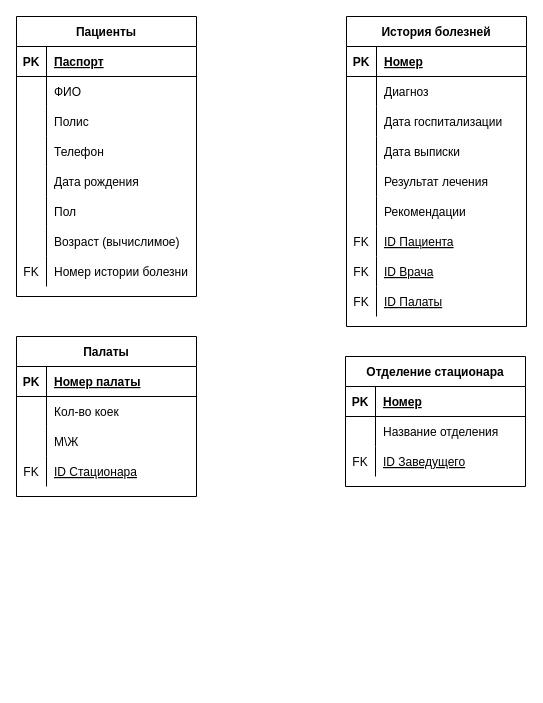
The draw.io diagram Реляционная модель.drawio in den-a-s/drawio-diagrams, before the edit. Source tidied: cells renumbered, new cells numbered last; positions are measured from the earlier drawing's top-left corner, leaving out a move shared by most shapes. Both pictures are drawn from the tidied source at 100%, with x=0, y=0 at pixel (16, 16).
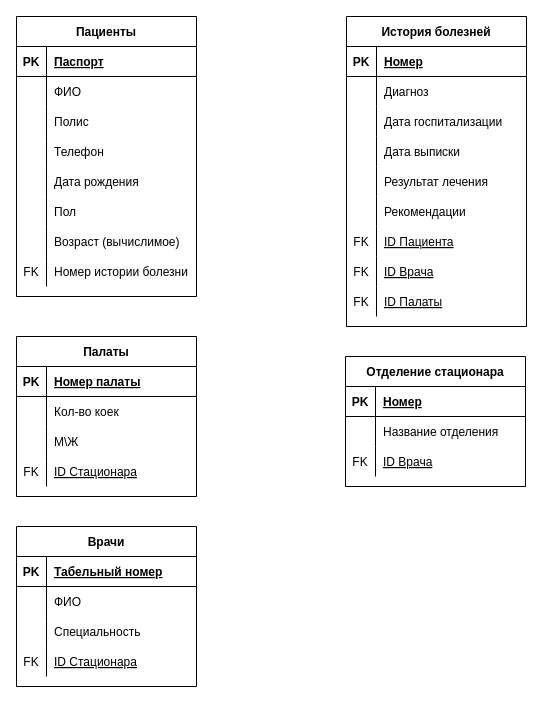
The same page after the edit.

Commit message:
Добавление таблицы Врачи, изменение id-шников.

The change refers to these unchanged cells:
```xml
<mxCell id="75" style="shape=tableRow;horizontal=0;startSize=0;swimlaneHead=0;swimlaneBody=0;fillColor=none;top=0;left=0;right=0;bottom=0;" parent="68" vertex="1">
  <mxGeometry y="90" width="180" height="30" as="geometry" />
</mxCell>
```

What changed in the source:
```diff
@@
-    <mxCell id="77" value="ID Заведущего" style="shape=partialRectangle;fillColor=none;top=0;left=0;bottom=0;right=0;align=left;spacingLeft=6;fontStyle=4;overflow=hidden;" parent="75" vertex="1">
+    <mxCell id="77" value="ID Врача" style="shape=partialRectangle;fillColor=none;top=0;left=0;bottom=0;right=0;align=left;spacingLeft=6;fontStyle=4;overflow=hidden;" parent="75" vertex="1">
       <mxGeometry x="30" width="150" height="30" as="geometry" />
     </mxCell>
+    <mxCell id="78" value="Врачи" style="shape=table;startSize=30;childLayout=tableLayout;rowLines=0;fontStyle=1;align=center;" parent="1" vertex="1">
+      <mxGeometry y="510" width="180" height="160" as="geometry" />
+    </mxCell>
+    <mxCell id="79" style="shape=tableRow;horizontal=0;startSize=0;swimlaneHead=0;swimlaneBody=0;fillColor=none;top=0;left=0;right=0;bottom=1;" parent="78" vertex="1">
+      <mxGeometry y="30" width="180" height="30" as="geometry" />
+    </mxCell>
+    <mxCell id="80" value="PK" style="shape=partialRectangle;fillColor=none;top=0;left=0;bottom=0;right=0;fontStyle=1;overflow=hidden;" parent="79" vertex="1">
+      <mxGeometry width="30" height="30" as="geometry" />
+    </mxCell>
+    <mxCell id="81" value="Табельный номер" style="shape=partialRectangle;fillColor=none;top=0;left=0;bottom=0;right=0;align=left;spacingLeft=6;fontStyle=5;overflow=hidden;" parent="79" vertex="1">
+      <mxGeometry x="30" width="150" height="30" as="geometry" />
+    </mxCell>
+    <mxCell id="82" style="shape=tableRow;horizontal=0;startSize=0;swimlaneHead=0;swimlaneBody=0;fillColor=none;top=0;left=0;right=0;bottom=0;" parent="78" vertex="1">
+      <mxGeometry y="60" width="180" height="30" as="geometry" />
+    </mxCell>
+    <mxCell id="83" style="shape=partialRectangle;fillColor=none;top=0;left=0;bottom=0;right=0;overflow=hidden;" parent="82" vertex="1">
+      <mxGeometry width="30" height="30" as="geometry" />
+    </mxCell>
+    <mxCell id="84" value="ФИО" style="shape=partialRectangle;fillColor=none;top=0;left=0;bottom=0;right=0;align=left;spacingLeft=6;overflow=hidden;" parent="82" vertex="1">
+      <mxGeometry x="30" width="150" height="30" as="geometry" />
+    </mxCell>
+    <mxCell id="85" style="shape=tableRow;horizontal=0;startSize=0;swimlaneHead=0;swimlaneBody=0;fillColor=none;top=0;left=0;right=0;bottom=0;" parent="78" vertex="1">
+      <mxGeometry y="90" width="180" height="30" as="geometry" />
+    </mxCell>
+    <mxCell id="86" style="shape=partialRectangle;fillColor=none;top=0;left=0;bottom=0;right=0;overflow=hidden;" parent="85" vertex="1">
+      <mxGeometry width="30" height="30" as="geometry" />
+    </mxCell>
+    <mxCell id="87" value="Специальность" style="shape=partialRectangle;fillColor=none;top=0;left=0;bottom=0;right=0;align=left;spacingLeft=6;overflow=hidden;" parent="85" vertex="1">
+      <mxGeometry x="30" width="150" height="30" as="geometry" />
+    </mxCell>
+    <mxCell id="88" style="shape=tableRow;horizontal=0;startSize=0;swimlaneHead=0;swimlaneBody=0;fillColor=none;top=0;left=0;right=0;bottom=0;" parent="78" vertex="1">
+      <mxGeometry y="120" width="180" height="30" as="geometry" />
+    </mxCell>
+    <mxCell id="89" value="FK" style="shape=partialRectangle;fillColor=none;top=0;left=0;bottom=0;right=0;fontStyle=0;overflow=hidden;" parent="88" vertex="1">
+      <mxGeometry width="30" height="30" as="geometry" />
+    </mxCell>
+    <mxCell id="90" value="ID Стационара" style="shape=partialRectangle;fillColor=none;top=0;left=0;bottom=0;right=0;align=left;spacingLeft=6;fontStyle=4;overflow=hidden;" parent="88" vertex="1">
+      <mxGeometry x="30" width="150" height="30" as="geometry" />
+    </mxCell>
```
